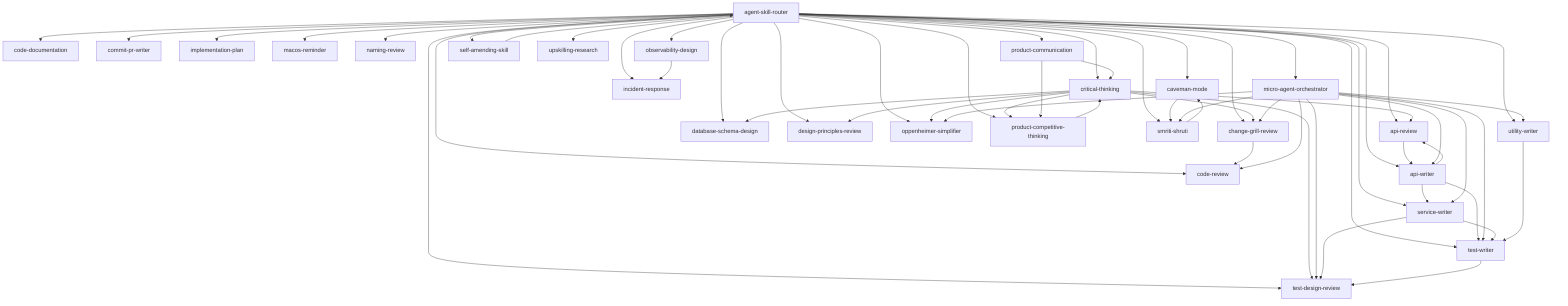
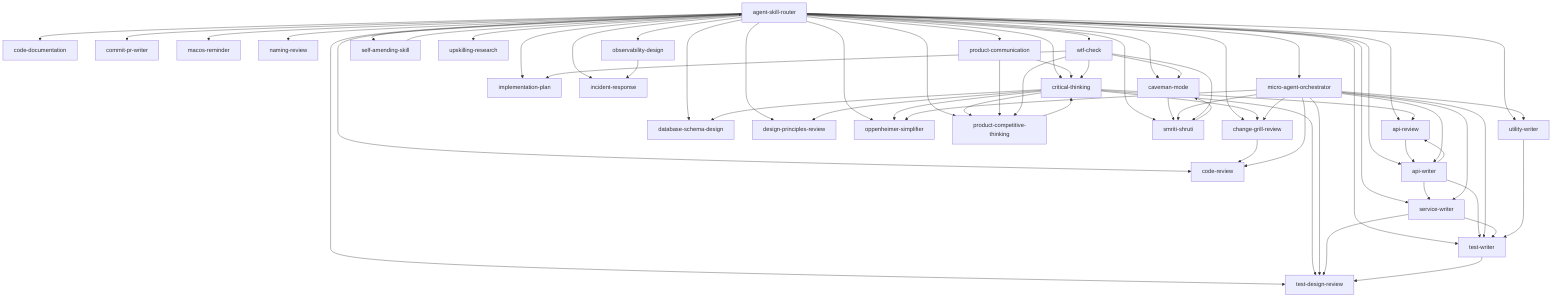
graph TD
  agent_skill_router["agent-skill-router"] --> api_review["api-review"]
  agent_skill_router["agent-skill-router"] --> api_writer["api-writer"]
  agent_skill_router["agent-skill-router"] --> caveman_mode["caveman-mode"]
  agent_skill_router["agent-skill-router"] --> change_grill_review["change-grill-review"]
  agent_skill_router["agent-skill-router"] --> code_documentation["code-documentation"]
  agent_skill_router["agent-skill-router"] --> code_review["code-review"]
  agent_skill_router["agent-skill-router"] --> commit_pr_writer["commit-pr-writer"]
  agent_skill_router["agent-skill-router"] --> critical_thinking["critical-thinking"]
  agent_skill_router["agent-skill-router"] --> database_schema_design["database-schema-design"]
  agent_skill_router["agent-skill-router"] --> design_principles_review["design-principles-review"]
  agent_skill_router["agent-skill-router"] --> implementation_plan["implementation-plan"]
  agent_skill_router["agent-skill-router"] --> incident_response["incident-response"]
  agent_skill_router["agent-skill-router"] --> macos_reminder["macos-reminder"]
  agent_skill_router["agent-skill-router"] --> micro_agent_orchestrator["micro-agent-orchestrator"]
  agent_skill_router["agent-skill-router"] --> naming_review["naming-review"]
  agent_skill_router["agent-skill-router"] --> observability_design["observability-design"]
  agent_skill_router["agent-skill-router"] --> oppenheimer_simplifier["oppenheimer-simplifier"]
  agent_skill_router["agent-skill-router"] --> product_communication["product-communication"]
  agent_skill_router["agent-skill-router"] --> product_competitive_thinking["product-competitive-thinking"]
  agent_skill_router["agent-skill-router"] --> self_amending_skill["self-amending-skill"]
  agent_skill_router["agent-skill-router"] --> service_writer["service-writer"]
  agent_skill_router["agent-skill-router"] --> smriti_shruti["smriti-shruti"]
  agent_skill_router["agent-skill-router"] --> test_design_review["test-design-review"]
  agent_skill_router["agent-skill-router"] --> test_writer["test-writer"]
  agent_skill_router["agent-skill-router"] --> upskilling_research["upskilling-research"]
  agent_skill_router["agent-skill-router"] --> utility_writer["utility-writer"]
+   agent_skill_router["agent-skill-router"] --> wtf_check["wtf-check"]
  api_review["api-review"] --> api_writer["api-writer"]
  api_writer["api-writer"] --> api_review["api-review"]
  api_writer["api-writer"] --> service_writer["service-writer"]
  api_writer["api-writer"] --> test_writer["test-writer"]
  caveman_mode["caveman-mode"] --> smriti_shruti["smriti-shruti"]
  change_grill_review["change-grill-review"] --> code_review["code-review"]
  critical_thinking["critical-thinking"] --> api_review["api-review"]
  critical_thinking["critical-thinking"] --> change_grill_review["change-grill-review"]
  critical_thinking["critical-thinking"] --> database_schema_design["database-schema-design"]
  critical_thinking["critical-thinking"] --> design_principles_review["design-principles-review"]
  critical_thinking["critical-thinking"] --> oppenheimer_simplifier["oppenheimer-simplifier"]
  critical_thinking["critical-thinking"] --> product_competitive_thinking["product-competitive-thinking"]
  critical_thinking["critical-thinking"] --> test_design_review["test-design-review"]
  micro_agent_orchestrator["micro-agent-orchestrator"] --> api_writer["api-writer"]
  micro_agent_orchestrator["micro-agent-orchestrator"] --> change_grill_review["change-grill-review"]
  micro_agent_orchestrator["micro-agent-orchestrator"] --> code_review["code-review"]
  micro_agent_orchestrator["micro-agent-orchestrator"] --> oppenheimer_simplifier["oppenheimer-simplifier"]
  micro_agent_orchestrator["micro-agent-orchestrator"] --> service_writer["service-writer"]
  micro_agent_orchestrator["micro-agent-orchestrator"] --> smriti_shruti["smriti-shruti"]
  micro_agent_orchestrator["micro-agent-orchestrator"] --> test_design_review["test-design-review"]
  micro_agent_orchestrator["micro-agent-orchestrator"] --> test_writer["test-writer"]
  micro_agent_orchestrator["micro-agent-orchestrator"] --> utility_writer["utility-writer"]
  observability_design["observability-design"] --> incident_response["incident-response"]
  product_communication["product-communication"] --> critical_thinking["critical-thinking"]
  product_communication["product-communication"] --> product_competitive_thinking["product-competitive-thinking"]
  product_competitive_thinking["product-competitive-thinking"] --> critical_thinking["critical-thinking"]
  self_amending_skill["self-amending-skill"] --> agent_skill_router["agent-skill-router"]
  service_writer["service-writer"] --> test_design_review["test-design-review"]
  service_writer["service-writer"] --> test_writer["test-writer"]
  smriti_shruti["smriti-shruti"] --> caveman_mode["caveman-mode"]
  test_writer["test-writer"] --> test_design_review["test-design-review"]
  utility_writer["utility-writer"] --> test_writer["test-writer"]
+   wtf_check["wtf-check"] --> caveman_mode["caveman-mode"]
+   wtf_check["wtf-check"] --> critical_thinking["critical-thinking"]
+   wtf_check["wtf-check"] --> implementation_plan["implementation-plan"]
+   wtf_check["wtf-check"] --> product_competitive_thinking["product-competitive-thinking"]
+   wtf_check["wtf-check"] --> smriti_shruti["smriti-shruti"]
